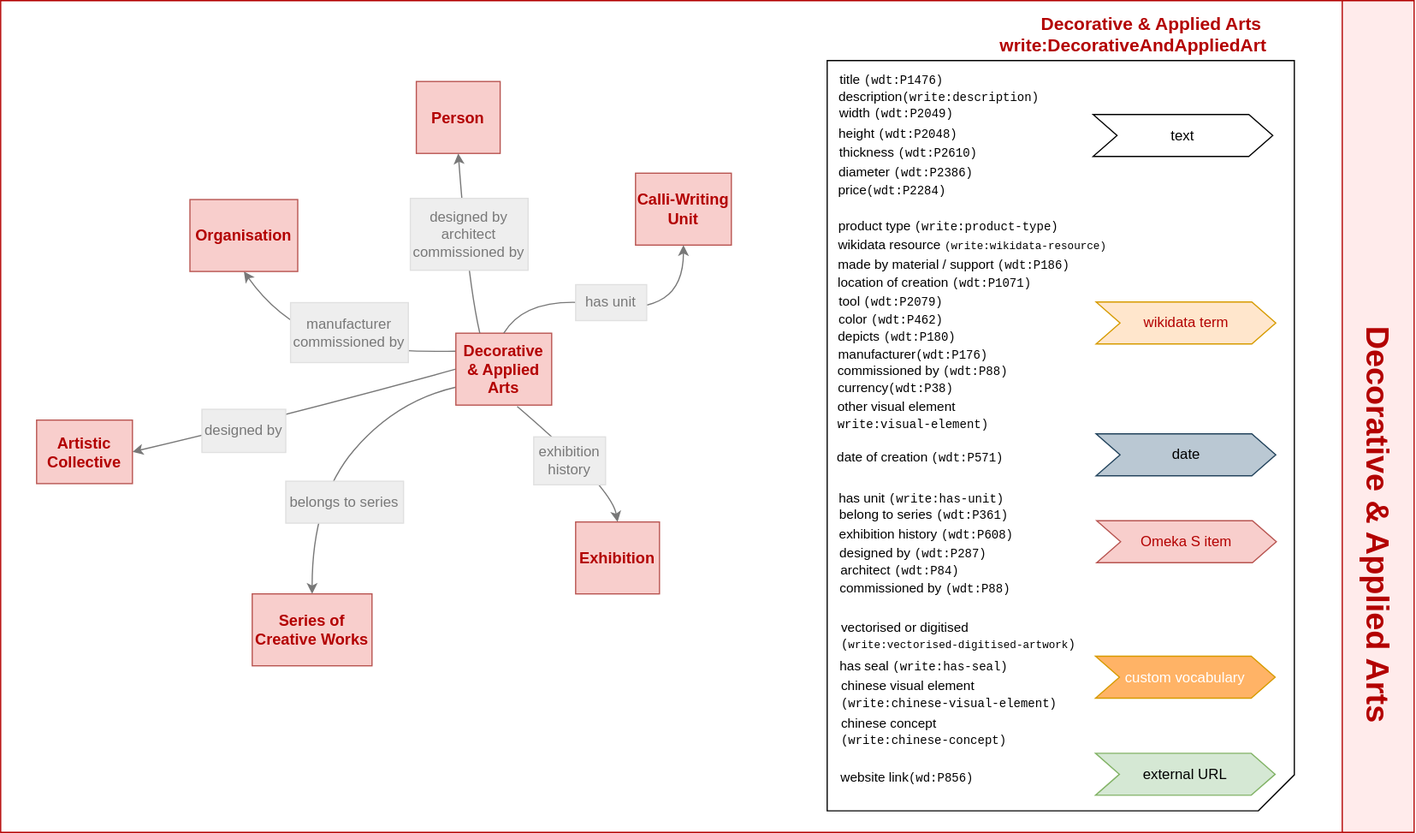
Before: static/img/DecorativeAppArt.svg, a diagram exported from draw.io (write-dataset/documentation). Source tidied: cells renumbered, new cells last; positions are measured from the earlier drawing's top-left corner, leaving out a move shared by most shapes.
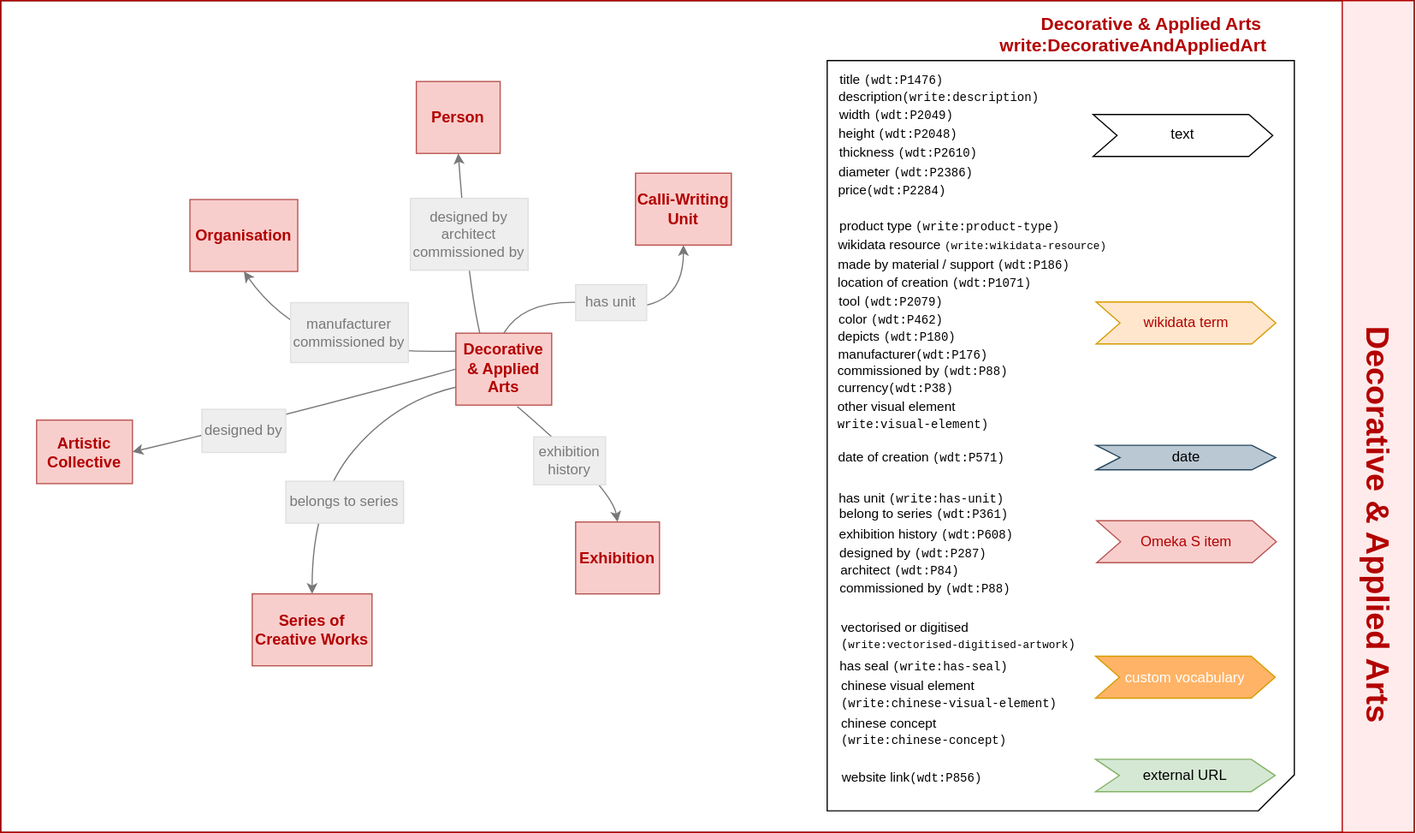
Above is the later version.

The edit, as a diff of the source:
```diff
@@ -2,6 +2,9 @@
   <root>
     <mxCell id="0" />
     <mxCell id="1" parent="0" />
+    <mxCell id="60" style="rounded=0;whiteSpace=wrap;html=1;" parent="1" vertex="1">
+      <mxGeometry width="1180" height="694" as="geometry" />
+    </mxCell>
     <mxCell id="2" style="curved=1;endArrow=classic;html=1;rounded=0;entryX=1;entryY=0.5;entryDx=0;entryDy=0;strokeColor=#787878;exitX=0;exitY=0.5;exitDx=0;exitDy=0;" parent="1" edge="1" source="13" target="53">
       <mxGeometry relative="1" as="geometry">
         <Array as="points">
@@ -32,7 +35,7 @@
       <mxGeometry x="912" y="95" width="150" height="35" as="geometry" />
     </mxCell>
     <mxCell id="7" value="date" style="shape=step;perimeter=stepPerimeter;whiteSpace=wrap;html=1;fixedSize=1;fillColor=#bac8d3;strokeColor=#23445d;" parent="1" vertex="1">
-      <mxGeometry x="914.5" y="361.5" width="150" height="35" as="geometry" />
+      <mxGeometry x="914.5" y="371" width="150" height="20.5" as="geometry" />
     </mxCell>
     <mxCell id="8" value="&lt;font color=&quot;#b30000&quot;&gt;Omeka S item&lt;/font&gt;" style="shape=step;perimeter=stepPerimeter;whiteSpace=wrap;html=1;fixedSize=1;fillColor=#f8cecc;strokeColor=#b85450;" parent="1" vertex="1">
       <mxGeometry x="915" y="434" width="150" height="35" as="geometry" />
@@ -129,7 +132,7 @@
       <mxGeometry x="688" y="293.5" width="164.5" height="30" as="geometry" />
     </mxCell>
     <mxCell id="35" value="&lt;font style=&quot;font-size: 11px;&quot;&gt;date of creation &lt;/font&gt;&lt;font style=&quot;font-size: 10px;&quot; face=&quot;Courier New&quot;&gt;(wdt:P571)&lt;/font&gt;" style="text;html=1;align=center;verticalAlign=middle;whiteSpace=wrap;rounded=0;" parent="1" vertex="1">
-      <mxGeometry x="686" y="366" width="164.5" height="30" as="geometry" />
+      <mxGeometry x="687" y="366" width="164.5" height="30" as="geometry" />
     </mxCell>
     <mxCell id="36" value="&lt;font style=&quot;font-size: 11px;&quot;&gt;exhibition history&lt;/font&gt; &lt;font style=&quot;font-size: 10px;&quot; face=&quot;Courier New&quot;&gt;(wdt:P608)&lt;/font&gt;" style="text;html=1;align=center;verticalAlign=middle;whiteSpace=wrap;rounded=0;" parent="1" vertex="1">
       <mxGeometry x="691" y="430" width="164.5" height="30" as="geometry" />
@@ -153,7 +156,7 @@
       <mxGeometry x="914" y="547" width="150" height="35" as="geometry" />
     </mxCell>
     <mxCell id="43" value="external URL" style="shape=step;perimeter=stepPerimeter;whiteSpace=wrap;html=1;fixedSize=1;fillColor=#d5e8d4;strokeColor=#82b366;" parent="1" vertex="1">
-      <mxGeometry x="914" y="628" width="150" height="35" as="geometry" />
+      <mxGeometry x="914" y="633" width="150" height="27" as="geometry" />
     </mxCell>
     <mxCell id="44" value="&lt;font color=&quot;#b30000&quot;&gt;&lt;span style=&quot;font-size: 27px;&quot;&gt;Decorative &amp;amp; Applied Arts&amp;nbsp;&lt;span style=&quot;white-space: pre;&quot;&gt;&#9;&lt;/span&gt;&lt;span style=&quot;white-space: pre;&quot;&gt;&#9;&lt;/span&gt;&lt;/span&gt;&lt;/font&gt;" style="swimlane;horizontal=0;whiteSpace=wrap;html=1;startSize=60;rotation=-180;align=right;strokeColor=#B30000;fillColor=#FFEBEB;" parent="1" vertex="1">
       <mxGeometry width="1180" height="694" as="geometry" />
@@ -176,8 +179,8 @@
     <mxCell id="50" value="&lt;span style=&quot;font-size: 11px;&quot;&gt;architect&lt;/span&gt;&amp;nbsp;&lt;font style=&quot;font-size: 10px;&quot; face=&quot;Courier New&quot;&gt;(wdt:P84)&lt;/font&gt;" style="text;html=1;align=center;verticalAlign=middle;whiteSpace=wrap;rounded=0;" parent="1" vertex="1">
       <mxGeometry x="687.5" y="460" width="125.5" height="30" as="geometry" />
     </mxCell>
-    <mxCell id="51" value="&lt;span style=&quot;font-size: 11px;&quot;&gt;website link&lt;/span&gt;&lt;font face=&quot;Courier New&quot;&gt;&lt;span style=&quot;font-size: 10px;&quot;&gt;(wd:P856)&lt;/span&gt;&lt;/font&gt;" style="text;html=1;align=center;verticalAlign=middle;whiteSpace=wrap;rounded=0;" parent="1" vertex="1">
-      <mxGeometry x="680" y="633" width="154.5" height="30" as="geometry" />
+    <mxCell id="51" value="&lt;span style=&quot;font-size: 11px;&quot;&gt;website link&lt;/span&gt;&lt;font face=&quot;Courier New&quot;&gt;&lt;span style=&quot;font-size: 10px;&quot;&gt;(wdt:P856)&lt;/span&gt;&lt;/font&gt;" style="text;html=1;align=center;verticalAlign=middle;whiteSpace=wrap;rounded=0;" parent="1" vertex="1">
+      <mxGeometry x="684" y="633" width="154.5" height="30" as="geometry" />
     </mxCell>
     <mxCell id="52" value="&lt;font color=&quot;#b30000&quot;&gt;&lt;span style=&quot;font-size: 13px;&quot;&gt;&lt;b&gt;Series of Creative Works&lt;/b&gt;&lt;/span&gt;&lt;/font&gt;" style="rounded=0;whiteSpace=wrap;html=1;fillColor=#f8cecc;strokeColor=#b85450;" parent="1" vertex="1">
       <mxGeometry x="210" y="495" width="100" height="60" as="geometry" />
```
